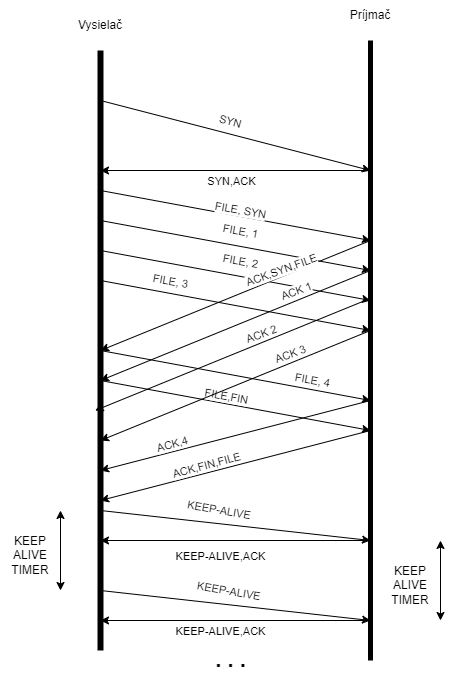
The draw.io diagram komunikacia.png in RobJun/pks-udp-zadanie2, before a commit. Source tidied: cells renumbered, new cells last; positions are measured from the earlier drawing's top-left corner, leaving out a move shared by most shapes. The source it was exported from:
```xml
<mxGraphModel>
  <root>
    <mxCell id="0" />
    <mxCell id="1" parent="0" />
    <mxCell id="2" style="endArrow=none;html=1;rounded=0;strokeWidth=6;" parent="1" edge="1">
      <mxGeometry relative="1" as="geometry">
        <mxPoint x="100" y="650" as="sourcePoint" />
        <mxPoint x="100" y="50" as="targetPoint" />
      </mxGeometry>
    </mxCell>
    <mxCell id="3" style="endArrow=none;html=1;rounded=0;strokeWidth=5;" parent="1" edge="1">
      <mxGeometry relative="1" as="geometry">
        <mxPoint x="370" y="660" as="sourcePoint" />
        <mxPoint x="370" y="40" as="targetPoint" />
      </mxGeometry>
    </mxCell>
    <mxCell id="4" style="endArrow=classic;html=1;rounded=0;" parent="1" edge="1">
      <mxGeometry relative="1" as="geometry">
        <mxPoint x="100" y="100" as="sourcePoint" />
        <mxPoint x="370" y="170" as="targetPoint" />
      </mxGeometry>
    </mxCell>
    <mxCell id="5" value="SYN" style="edgeLabel;html=1;align=center;verticalAlign=middle;rotation=15;" parent="4" vertex="1">
      <mxGeometry x="-0.23" y="3" relative="1" as="geometry">
        <mxPoint x="25" y="-4" as="offset" />
      </mxGeometry>
    </mxCell>
    <mxCell id="6" style="endArrow=classic;html=1;rounded=0;strokeWidth=1;" parent="1" edge="1">
      <mxGeometry relative="1" as="geometry">
        <mxPoint x="370" y="170" as="sourcePoint" />
        <mxPoint x="100" y="170" as="targetPoint" />
      </mxGeometry>
    </mxCell>
    <mxCell id="7" value="SYN,ACK" style="edgeLabel;html=1;align=center;verticalAlign=middle;" parent="6" vertex="1">
      <mxGeometry x="0.19" y="2" relative="1" as="geometry">
        <mxPoint x="21" y="8" as="offset" />
      </mxGeometry>
    </mxCell>
    <mxCell id="8" style="endArrow=classic;html=1;rounded=0;strokeWidth=1;" parent="1" edge="1">
      <mxGeometry relative="1" as="geometry">
        <mxPoint x="100" y="190" as="sourcePoint" />
        <mxPoint x="370" y="240" as="targetPoint" />
      </mxGeometry>
    </mxCell>
    <mxCell id="9" value="FILE, SYN" style="edgeLabel;html=1;align=center;verticalAlign=middle;rotation=10;" parent="8" vertex="1">
      <mxGeometry x="0.19" y="2" relative="1" as="geometry">
        <mxPoint x="-21" y="-8" as="offset" />
      </mxGeometry>
    </mxCell>
    <mxCell id="10" style="endArrow=classic;html=1;rounded=0;strokeWidth=1;" parent="1" edge="1">
      <mxGeometry relative="1" as="geometry">
        <mxPoint x="100" y="220" as="sourcePoint" />
        <mxPoint x="370" y="270" as="targetPoint" />
      </mxGeometry>
    </mxCell>
    <mxCell id="11" style="endArrow=classic;html=1;rounded=0;strokeWidth=1;" parent="1" edge="1">
      <mxGeometry relative="1" as="geometry">
        <mxPoint x="100" y="250" as="sourcePoint" />
        <mxPoint x="370" y="300" as="targetPoint" />
      </mxGeometry>
    </mxCell>
    <mxCell id="12" style="endArrow=classic;html=1;rounded=0;strokeWidth=1;" parent="1" edge="1">
      <mxGeometry relative="1" as="geometry">
        <mxPoint x="100" y="280" as="sourcePoint" />
        <mxPoint x="370" y="330" as="targetPoint" />
      </mxGeometry>
    </mxCell>
    <mxCell id="13" style="endArrow=classic;html=1;rounded=0;strokeWidth=1;" parent="1" edge="1">
      <mxGeometry relative="1" as="geometry">
        <mxPoint x="370" y="240" as="sourcePoint" />
        <mxPoint x="100" y="350" as="targetPoint" />
      </mxGeometry>
    </mxCell>
    <mxCell id="14" value="ACK,SYN,FILE" style="edgeLabel;html=1;align=center;verticalAlign=middle;rotation=-20;" parent="13" vertex="1">
      <mxGeometry x="-0.39" y="-1" relative="1" as="geometry">
        <mxPoint x="-7" y="-3" as="offset" />
      </mxGeometry>
    </mxCell>
    <mxCell id="15" style="endArrow=classic;html=1;rounded=0;strokeWidth=1;" parent="1" edge="1">
      <mxGeometry relative="1" as="geometry">
        <mxPoint x="370" y="270" as="sourcePoint" />
        <mxPoint x="100" y="380" as="targetPoint" />
      </mxGeometry>
    </mxCell>
    <mxCell id="16" style="endArrow=classic;html=1;rounded=0;strokeWidth=1;" parent="1" edge="1">
      <mxGeometry relative="1" as="geometry">
        <mxPoint x="100" y="350" as="sourcePoint" />
        <mxPoint x="370" y="400" as="targetPoint" />
      </mxGeometry>
    </mxCell>
    <mxCell id="17" style="endArrow=classic;html=1;rounded=0;strokeWidth=1;" parent="1" edge="1">
      <mxGeometry relative="1" as="geometry">
        <mxPoint x="100" y="380" as="sourcePoint" />
        <mxPoint x="370" y="430" as="targetPoint" />
      </mxGeometry>
    </mxCell>
    <mxCell id="18" style="endArrow=classic;html=1;rounded=0;strokeWidth=1;" parent="1" edge="1">
      <mxGeometry relative="1" as="geometry">
        <mxPoint x="370" y="400" as="sourcePoint" />
        <mxPoint x="100" y="470" as="targetPoint" />
      </mxGeometry>
    </mxCell>
    <mxCell id="19" style="endArrow=classic;html=1;rounded=0;strokeWidth=1;" parent="1" edge="1">
      <mxGeometry relative="1" as="geometry">
        <mxPoint x="370" y="430" as="sourcePoint" />
        <mxPoint x="100" y="500" as="targetPoint" />
      </mxGeometry>
    </mxCell>
    <mxCell id="20" style="endArrow=classic;html=1;rounded=0;strokeWidth=1;" parent="1" edge="1">
      <mxGeometry relative="1" as="geometry">
        <mxPoint x="100" y="510" as="sourcePoint" />
        <mxPoint x="370" y="540" as="targetPoint" />
      </mxGeometry>
    </mxCell>
    <mxCell id="21" value="KEEP-ALIVE&amp;nbsp;" style="edgeLabel;html=1;align=center;verticalAlign=middle;rotation=10;" parent="20" vertex="1">
      <mxGeometry x="-0.34" y="2" relative="1" as="geometry">
        <mxPoint x="31" y="-8" as="offset" />
      </mxGeometry>
    </mxCell>
    <mxCell id="22" style="endArrow=classic;html=1;rounded=0;strokeWidth=1;" parent="1" edge="1">
      <mxGeometry relative="1" as="geometry">
        <mxPoint x="100" y="590" as="sourcePoint" />
        <mxPoint x="370" y="620" as="targetPoint" />
      </mxGeometry>
    </mxCell>
    <mxCell id="23" style="endArrow=classic;startArrow=classic;html=1;rounded=0;strokeWidth=1;" parent="1" edge="1">
      <mxGeometry relative="1" as="geometry">
        <mxPoint x="60" y="590" as="sourcePoint" />
        <mxPoint x="60" y="510" as="targetPoint" />
      </mxGeometry>
    </mxCell>
    <mxCell id="24" value="KEEP ALIVE TIMER" style="text;html=1;strokeColor=none;fillColor=none;align=center;verticalAlign=middle;whiteSpace=wrap;rounded=0;" parent="1" vertex="1">
      <mxGeometry y="540" width="60" height="30" as="geometry" />
    </mxCell>
    <mxCell id="25" style="endArrow=classic;startArrow=classic;html=1;rounded=0;strokeWidth=1;" parent="1" edge="1">
      <mxGeometry relative="1" as="geometry">
        <mxPoint x="440" y="620" as="sourcePoint" />
        <mxPoint x="440" y="540" as="targetPoint" />
      </mxGeometry>
    </mxCell>
    <mxCell id="26" value="KEEP ALIVE TIMER" style="text;html=1;strokeColor=none;fillColor=none;align=center;verticalAlign=middle;whiteSpace=wrap;rounded=0;" parent="1" vertex="1">
      <mxGeometry x="380" y="570" width="60" height="30" as="geometry" />
    </mxCell>
    <mxCell id="27" style="endArrow=classic;html=1;rounded=0;strokeWidth=1;" parent="1" edge="1">
      <mxGeometry relative="1" as="geometry">
        <mxPoint x="370" y="540" as="sourcePoint" />
        <mxPoint x="100" y="540" as="targetPoint" />
      </mxGeometry>
    </mxCell>
    <mxCell id="28" style="endArrow=classic;html=1;rounded=0;strokeWidth=1;" parent="1" edge="1">
      <mxGeometry relative="1" as="geometry">
        <mxPoint x="370" y="620" as="sourcePoint" />
        <mxPoint x="100" y="620" as="targetPoint" />
      </mxGeometry>
    </mxCell>
    <mxCell id="29" value="KEEP-ALIVE,ACK" style="edgeLabel;html=1;align=center;verticalAlign=middle;rotation=0;" parent="1" vertex="1">
      <mxGeometry x="220" y="555" as="geometry" />
    </mxCell>
    <mxCell id="30" value="KEEP-ALIVE&amp;nbsp;" style="edgeLabel;html=1;align=center;verticalAlign=middle;rotation=10;" parent="1" vertex="1">
      <mxGeometry x="229.7" y="590" as="geometry" />
    </mxCell>
    <mxCell id="31" value="KEEP-ALIVE,ACK" style="edgeLabel;html=1;align=center;verticalAlign=middle;rotation=0;" parent="1" vertex="1">
      <mxGeometry x="220" y="630" as="geometry" />
    </mxCell>
    <mxCell id="32" value="ACK 1" style="edgeLabel;html=1;align=center;verticalAlign=middle;rotation=-20;" parent="1" vertex="1">
      <mxGeometry x="300.2" y="289.7" as="geometry">
        <mxPoint x="-5" y="-0.8" as="offset" />
      </mxGeometry>
    </mxCell>
    <mxCell id="33" value="ACK,4" style="edgeLabel;html=1;align=center;verticalAlign=middle;rotation=-15;" parent="1" vertex="1">
      <mxGeometry x="170" y="450" as="geometry">
        <mxPoint x="3" y="-5.3" as="offset" />
      </mxGeometry>
    </mxCell>
    <mxCell id="34" value="ACK,FIN,FILE" style="edgeLabel;html=1;align=center;verticalAlign=middle;rotation=-15;" parent="1" vertex="1">
      <mxGeometry x="200" y="470" as="geometry">
        <mxPoint x="6.8" y="-3.9" as="offset" />
      </mxGeometry>
    </mxCell>
    <mxCell id="35" value="FILE,FIN" style="edgeLabel;html=1;align=center;verticalAlign=middle;rotation=10;" parent="1" vertex="1">
      <mxGeometry x="229.7" y="400" as="geometry">
        <mxPoint x="-4.8" y="-4.2" as="offset" />
      </mxGeometry>
    </mxCell>
    <mxCell id="36" value="FILE, 1" style="edgeLabel;html=1;align=center;verticalAlign=middle;rotation=10;" parent="1" vertex="1">
      <mxGeometry x="240" y="230" as="geometry" />
    </mxCell>
    <mxCell id="37" value="FILE, 2" style="edgeLabel;html=1;align=center;verticalAlign=middle;rotation=10;" parent="1" vertex="1">
      <mxGeometry x="240" y="260" as="geometry" />
    </mxCell>
    <mxCell id="38" style="endArrow=classic;html=1;rounded=0;strokeWidth=1;" parent="1" edge="1">
      <mxGeometry relative="1" as="geometry">
        <mxPoint x="364.7" y="300" as="sourcePoint" />
        <mxPoint x="94.7" y="410" as="targetPoint" />
      </mxGeometry>
    </mxCell>
    <mxCell id="39" style="endArrow=classic;html=1;rounded=0;strokeWidth=1;" parent="1" edge="1">
      <mxGeometry relative="1" as="geometry">
        <mxPoint x="370" y="330" as="sourcePoint" />
        <mxPoint x="100" y="440" as="targetPoint" />
      </mxGeometry>
    </mxCell>
    <mxCell id="40" value="ACK 2" style="edgeLabel;html=1;align=center;verticalAlign=middle;rotation=-20;" parent="1" vertex="1">
      <mxGeometry x="271" y="330" as="geometry">
        <mxPoint x="-11.7" as="offset" />
      </mxGeometry>
    </mxCell>
    <mxCell id="41" value="ACK 3" style="edgeLabel;html=1;align=center;verticalAlign=middle;rotation=-20;" parent="1" vertex="1">
      <mxGeometry x="300.2" y="350" as="geometry">
        <mxPoint x="-11.7" as="offset" />
      </mxGeometry>
    </mxCell>
    <mxCell id="42" value="FILE, 3" style="edgeLabel;html=1;align=center;verticalAlign=middle;rotation=10;" parent="1" vertex="1">
      <mxGeometry x="170" y="280" as="geometry" />
    </mxCell>
    <mxCell id="43" value="FILE, 4" style="edgeLabel;html=1;align=center;verticalAlign=middle;rotation=10;" parent="1" vertex="1">
      <mxGeometry x="310" y="380" as="geometry">
        <mxPoint x="1.8" y="-1.3" as="offset" />
      </mxGeometry>
    </mxCell>
    <mxCell id="44" value="Vysielač" style="text;html=1;strokeColor=none;fillColor=none;align=center;verticalAlign=middle;whiteSpace=wrap;rounded=0;" parent="1" vertex="1">
      <mxGeometry x="70" y="10" width="60" height="30" as="geometry" />
    </mxCell>
    <mxCell id="45" value="Príjmač" style="text;html=1;strokeColor=none;fillColor=none;align=center;verticalAlign=middle;whiteSpace=wrap;rounded=0;" parent="1" vertex="1">
      <mxGeometry x="340" width="60" height="30" as="geometry" />
    </mxCell>
    <mxCell id="46" value="&lt;font style=&quot;font-size: 22px&quot;&gt;&lt;b&gt;. . .&lt;/b&gt;&lt;/font&gt;" style="text;html=1;align=center;verticalAlign=middle;strokeColor=none;fillColor=none;" parent="1" vertex="1">
      <mxGeometry x="204.7" y="650" width="50" height="20" as="geometry" />
    </mxCell>
  </root>
</mxGraphModel>
```
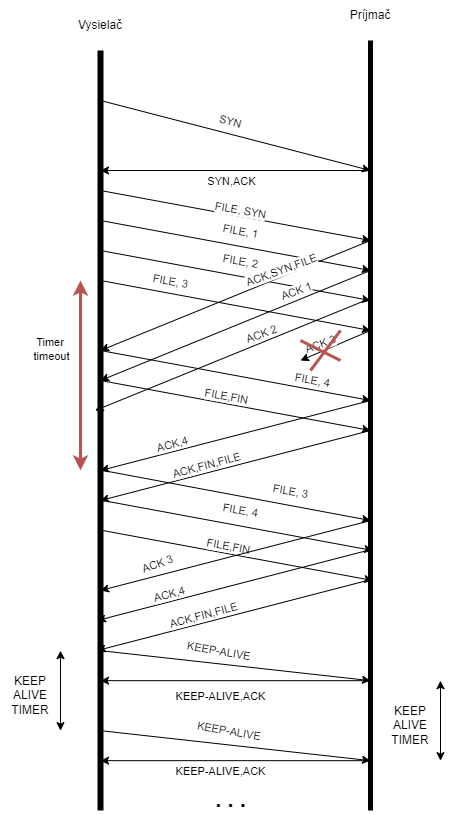
Above is the later version.

Diff of the diagram source:
```diff
@@ -4,13 +4,13 @@
     <mxCell id="1" parent="0" />
     <mxCell id="2" style="endArrow=none;html=1;rounded=0;strokeWidth=6;" parent="1" edge="1">
       <mxGeometry relative="1" as="geometry">
-        <mxPoint x="100" y="650" as="sourcePoint" />
+        <mxPoint x="100" y="810" as="sourcePoint" />
         <mxPoint x="100" y="50" as="targetPoint" />
       </mxGeometry>
     </mxCell>
     <mxCell id="3" style="endArrow=none;html=1;rounded=0;strokeWidth=5;" parent="1" edge="1">
       <mxGeometry relative="1" as="geometry">
-        <mxPoint x="370" y="660" as="sourcePoint" />
+        <mxPoint x="370" y="810" as="sourcePoint" />
         <mxPoint x="370" y="40" as="targetPoint" />
       </mxGeometry>
     </mxCell>
@@ -108,8 +108,8 @@
     </mxCell>
     <mxCell id="20" style="endArrow=classic;html=1;rounded=0;strokeWidth=1;" parent="1" edge="1">
       <mxGeometry relative="1" as="geometry">
-        <mxPoint x="100" y="510" as="sourcePoint" />
-        <mxPoint x="370" y="540" as="targetPoint" />
+        <mxPoint x="100" y="650.2" as="sourcePoint" />
+        <mxPoint x="370" y="680.2" as="targetPoint" />
       </mxGeometry>
     </mxCell>
     <mxCell id="21" value="KEEP-ALIVE&amp;nbsp;" style="edgeLabel;html=1;align=center;verticalAlign=middle;rotation=10;" parent="20" vertex="1">
@@ -119,48 +119,48 @@
     </mxCell>
     <mxCell id="22" style="endArrow=classic;html=1;rounded=0;strokeWidth=1;" parent="1" edge="1">
       <mxGeometry relative="1" as="geometry">
-        <mxPoint x="100" y="590" as="sourcePoint" />
-        <mxPoint x="370" y="620" as="targetPoint" />
+        <mxPoint x="100" y="730.2" as="sourcePoint" />
+        <mxPoint x="370" y="760.2" as="targetPoint" />
       </mxGeometry>
     </mxCell>
     <mxCell id="23" style="endArrow=classic;startArrow=classic;html=1;rounded=0;strokeWidth=1;" parent="1" edge="1">
       <mxGeometry relative="1" as="geometry">
-        <mxPoint x="60" y="590" as="sourcePoint" />
-        <mxPoint x="60" y="510" as="targetPoint" />
+        <mxPoint x="60" y="730.2" as="sourcePoint" />
+        <mxPoint x="60" y="650.2" as="targetPoint" />
       </mxGeometry>
     </mxCell>
     <mxCell id="24" value="KEEP ALIVE TIMER" style="text;html=1;strokeColor=none;fillColor=none;align=center;verticalAlign=middle;whiteSpace=wrap;rounded=0;" parent="1" vertex="1">
-      <mxGeometry y="540" width="60" height="30" as="geometry" />
+      <mxGeometry y="680.2" width="60" height="30" as="geometry" />
     </mxCell>
     <mxCell id="25" style="endArrow=classic;startArrow=classic;html=1;rounded=0;strokeWidth=1;" parent="1" edge="1">
       <mxGeometry relative="1" as="geometry">
-        <mxPoint x="440" y="620" as="sourcePoint" />
-        <mxPoint x="440" y="540" as="targetPoint" />
+        <mxPoint x="440" y="760.2" as="sourcePoint" />
+        <mxPoint x="440" y="680.2" as="targetPoint" />
       </mxGeometry>
     </mxCell>
     <mxCell id="26" value="KEEP ALIVE TIMER" style="text;html=1;strokeColor=none;fillColor=none;align=center;verticalAlign=middle;whiteSpace=wrap;rounded=0;" parent="1" vertex="1">
-      <mxGeometry x="380" y="570" width="60" height="30" as="geometry" />
+      <mxGeometry x="380" y="710.2" width="60" height="30" as="geometry" />
     </mxCell>
     <mxCell id="27" style="endArrow=classic;html=1;rounded=0;strokeWidth=1;" parent="1" edge="1">
       <mxGeometry relative="1" as="geometry">
-        <mxPoint x="370" y="540" as="sourcePoint" />
-        <mxPoint x="100" y="540" as="targetPoint" />
+        <mxPoint x="370" y="680.2" as="sourcePoint" />
+        <mxPoint x="100" y="680.2" as="targetPoint" />
       </mxGeometry>
     </mxCell>
     <mxCell id="28" style="endArrow=classic;html=1;rounded=0;strokeWidth=1;" parent="1" edge="1">
       <mxGeometry relative="1" as="geometry">
-        <mxPoint x="370" y="620" as="sourcePoint" />
-        <mxPoint x="100" y="620" as="targetPoint" />
+        <mxPoint x="370" y="760.2" as="sourcePoint" />
+        <mxPoint x="100" y="760.2" as="targetPoint" />
       </mxGeometry>
     </mxCell>
     <mxCell id="29" value="KEEP-ALIVE,ACK" style="edgeLabel;html=1;align=center;verticalAlign=middle;rotation=0;" parent="1" vertex="1">
-      <mxGeometry x="220" y="555" as="geometry" />
+      <mxGeometry x="220" y="695.2" as="geometry" />
     </mxCell>
     <mxCell id="30" value="KEEP-ALIVE&amp;nbsp;" style="edgeLabel;html=1;align=center;verticalAlign=middle;rotation=10;" parent="1" vertex="1">
-      <mxGeometry x="229.7" y="590" as="geometry" />
+      <mxGeometry x="229.7" y="730.2" as="geometry" />
     </mxCell>
     <mxCell id="31" value="KEEP-ALIVE,ACK" style="edgeLabel;html=1;align=center;verticalAlign=middle;rotation=0;" parent="1" vertex="1">
-      <mxGeometry x="220" y="630" as="geometry" />
+      <mxGeometry x="220" y="770.2" as="geometry" />
     </mxCell>
     <mxCell id="32" value="ACK 1" style="edgeLabel;html=1;align=center;verticalAlign=middle;rotation=-20;" parent="1" vertex="1">
       <mxGeometry x="300.2" y="289.7" as="geometry">
@@ -197,7 +197,7 @@
     <mxCell id="39" style="endArrow=classic;html=1;rounded=0;strokeWidth=1;" parent="1" edge="1">
       <mxGeometry relative="1" as="geometry">
         <mxPoint x="370" y="330" as="sourcePoint" />
-        <mxPoint x="100" y="440" as="targetPoint" />
+        <mxPoint x="300" y="360" as="targetPoint" />
       </mxGeometry>
     </mxCell>
     <mxCell id="40" value="ACK 2" style="edgeLabel;html=1;align=center;verticalAlign=middle;rotation=-20;" parent="1" vertex="1">
@@ -206,7 +206,7 @@
       </mxGeometry>
     </mxCell>
     <mxCell id="41" value="ACK 3" style="edgeLabel;html=1;align=center;verticalAlign=middle;rotation=-20;" parent="1" vertex="1">
-      <mxGeometry x="300.2" y="350" as="geometry">
+      <mxGeometry x="330" y="340" as="geometry">
         <mxPoint x="-11.7" as="offset" />
       </mxGeometry>
     </mxCell>
@@ -225,7 +225,94 @@
       <mxGeometry x="340" width="60" height="30" as="geometry" />
     </mxCell>
     <mxCell id="46" value="&lt;font style=&quot;font-size: 22px&quot;&gt;&lt;b&gt;. . .&lt;/b&gt;&lt;/font&gt;" style="text;html=1;align=center;verticalAlign=middle;strokeColor=none;fillColor=none;" parent="1" vertex="1">
-      <mxGeometry x="204.7" y="650" width="50" height="20" as="geometry" />
+      <mxGeometry x="204.7" y="790.2" width="50" height="20" as="geometry" />
     </mxCell>
+    <mxCell id="47" style="endArrow=none;html=1;rounded=0;fillColor=#f8cecc;strokeColor=#B85450;strokeWidth=3;" parent="1" edge="1">
+      <mxGeometry relative="1" as="geometry">
+        <mxPoint x="340" y="360" as="sourcePoint" />
+        <mxPoint x="300" y="340" as="targetPoint" />
+      </mxGeometry>
+    </mxCell>
+    <mxCell id="48" style="endArrow=none;html=1;rounded=0;fillColor=#f8cecc;strokeColor=#B85450;strokeWidth=3;" parent="1" edge="1">
+      <mxGeometry relative="1" as="geometry">
+        <mxPoint x="340" y="330" as="sourcePoint" />
+        <mxPoint x="310" y="370" as="targetPoint" />
+      </mxGeometry>
+    </mxCell>
+    <mxCell id="49" style="endArrow=classic;startArrow=classic;html=1;rounded=0;strokeColor=#B85450;strokeWidth=3;" parent="1" edge="1">
+      <mxGeometry relative="1" as="geometry">
+        <mxPoint x="80" y="470" as="sourcePoint" />
+        <mxPoint x="80" y="280" as="targetPoint" />
+      </mxGeometry>
+    </mxCell>
+    <mxCell id="50" value="Timer &lt;br&gt;timeout" style="edgeLabel;html=1;align=center;verticalAlign=middle;" parent="49" vertex="1">
+      <mxGeometry x="0.49" y="4" relative="1" as="geometry">
+        <mxPoint x="-26" y="19" as="offset" />
+      </mxGeometry>
+    </mxCell>
+    <mxCell id="51" style="endArrow=classic;html=1;rounded=0;strokeWidth=1;" parent="1" edge="1">
+      <mxGeometry relative="1" as="geometry">
+        <mxPoint x="102.5" y="470" as="sourcePoint" />
+        <mxPoint x="370" y="520" as="targetPoint" />
+      </mxGeometry>
+    </mxCell>
+    <mxCell id="52" style="endArrow=classic;html=1;rounded=0;strokeWidth=1;" parent="1" edge="1">
+      <mxGeometry relative="1" as="geometry">
+        <mxPoint x="102.2" y="500" as="sourcePoint" />
+        <mxPoint x="372.2" y="550" as="targetPoint" />
+      </mxGeometry>
+    </mxCell>
+    <mxCell id="53" style="endArrow=classic;html=1;rounded=0;strokeWidth=1;" parent="1" edge="1">
+      <mxGeometry relative="1" as="geometry">
+        <mxPoint x="102.2" y="530" as="sourcePoint" />
+        <mxPoint x="372.2" y="580" as="targetPoint" />
+      </mxGeometry>
+    </mxCell>
+    <mxCell id="54" value="FILE,FIN" style="edgeLabel;html=1;align=center;verticalAlign=middle;rotation=10;" parent="1" vertex="1">
+      <mxGeometry x="231.9" y="550" as="geometry">
+        <mxPoint x="-4.8" y="-4.2" as="offset" />
+      </mxGeometry>
+    </mxCell>
+    <mxCell id="55" value="FILE, 3" style="edgeLabel;html=1;align=center;verticalAlign=middle;rotation=10;" parent="1" vertex="1">
+      <mxGeometry x="290" y="490" as="geometry" />
+    </mxCell>
+    <mxCell id="56" value="FILE, 4" style="edgeLabel;html=1;align=center;verticalAlign=middle;rotation=10;" parent="1" vertex="1">
+      <mxGeometry x="237.2" y="510" as="geometry">
+        <mxPoint x="1.8" y="-1.3" as="offset" />
+      </mxGeometry>
+    </mxCell>
+    <mxCell id="57" style="endArrow=classic;html=1;rounded=0;strokeWidth=1;" parent="1" edge="1">
+      <mxGeometry relative="1" as="geometry">
+        <mxPoint x="370.2" y="520" as="sourcePoint" />
+        <mxPoint x="100" y="590" as="targetPoint" />
+      </mxGeometry>
+    </mxCell>
+    <mxCell id="58" value="ACK 3" style="edgeLabel;html=1;align=center;verticalAlign=middle;rotation=-20;" parent="1" vertex="1">
+      <mxGeometry x="166.9" y="560" as="geometry">
+        <mxPoint x="-11.7" as="offset" />
+      </mxGeometry>
+    </mxCell>
+    <mxCell id="59" style="endArrow=classic;html=1;rounded=0;strokeWidth=1;" parent="1" edge="1">
+      <mxGeometry relative="1" as="geometry">
+        <mxPoint x="366.9" y="550" as="sourcePoint" />
+        <mxPoint x="96.9" y="620" as="targetPoint" />
+      </mxGeometry>
+    </mxCell>
+    <mxCell id="60" style="endArrow=classic;html=1;rounded=0;strokeWidth=1;" parent="1" edge="1">
+      <mxGeometry relative="1" as="geometry">
+        <mxPoint x="366.9" y="580" as="sourcePoint" />
+        <mxPoint x="96.9" y="650" as="targetPoint" />
+      </mxGeometry>
+    </mxCell>
+    <mxCell id="61" value="ACK,4" style="edgeLabel;html=1;align=center;verticalAlign=middle;rotation=-15;" parent="1" vertex="1">
+      <mxGeometry x="166.9" y="600" as="geometry">
+        <mxPoint x="3" y="-5.3" as="offset" />
+      </mxGeometry>
+    </mxCell>
+    <mxCell id="62" value="ACK,FIN,FILE" style="edgeLabel;html=1;align=center;verticalAlign=middle;rotation=-15;" parent="1" vertex="1">
+      <mxGeometry x="196.9" y="620" as="geometry">
+        <mxPoint x="6.8" y="-3.9" as="offset" />
+      </mxGeometry>
+    </mxCell>
   </root>
 </mxGraphModel>
```
